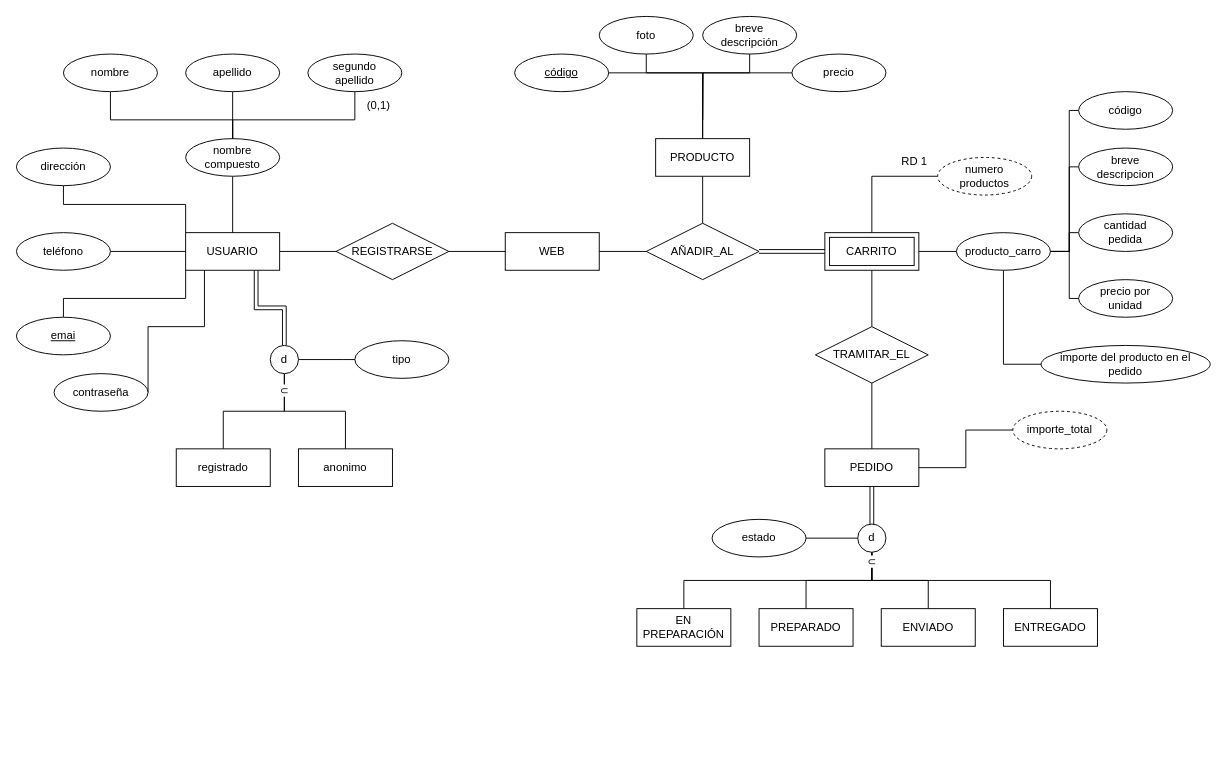
Above: Practica P0 - ejer3.drawio in Badi21/Diagramas-Base-Datos (draw.io), before the change. Source tidied: cells renumbered, new cells numbered last; positions are measured from the earlier drawing's top-left corner, leaving out a move shared by most shapes. Both pictures are drawn from the tidied source at 94%, with x=0, y=0 at pixel (16, 16).
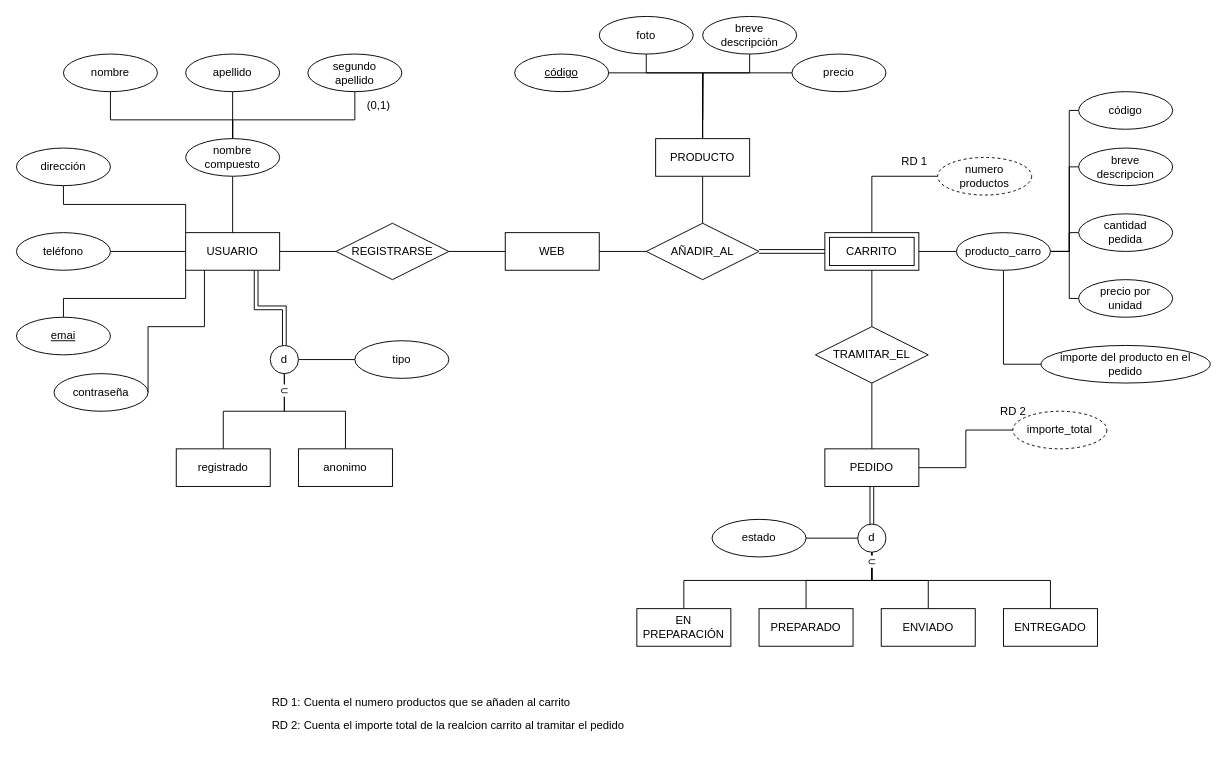
The same diagram, later.

What changed in the source:
```diff
@@
+    <mxCell id="80" value="RD 1: Cuenta el numero productos que se añaden al carrito&amp;nbsp;" style="text;html=1;align=left;verticalAlign=middle;strokeColor=none;fillColor=none;" parent="1" vertex="1">
+      <mxGeometry x="270" y="715" width="340" height="30" as="geometry" />
+    </mxCell>
+    <mxCell id="81" value="RD 2: Cuenta el importe total de la realcion carrito al tramitar el pedido" style="text;html=1;align=left;verticalAlign=middle;strokeColor=none;fillColor=none;" parent="1" vertex="1">
+      <mxGeometry x="270" y="740" width="400" height="30" as="geometry" />
+    </mxCell>
+    <mxCell id="82" value="RD 2" style="text;html=1;align=center;verticalAlign=middle;strokeColor=none;fillColor=none;" parent="1" vertex="1">
+      <mxGeometry x="1035" y="405" width="50" height="30" as="geometry" />
+    </mxCell>
```
